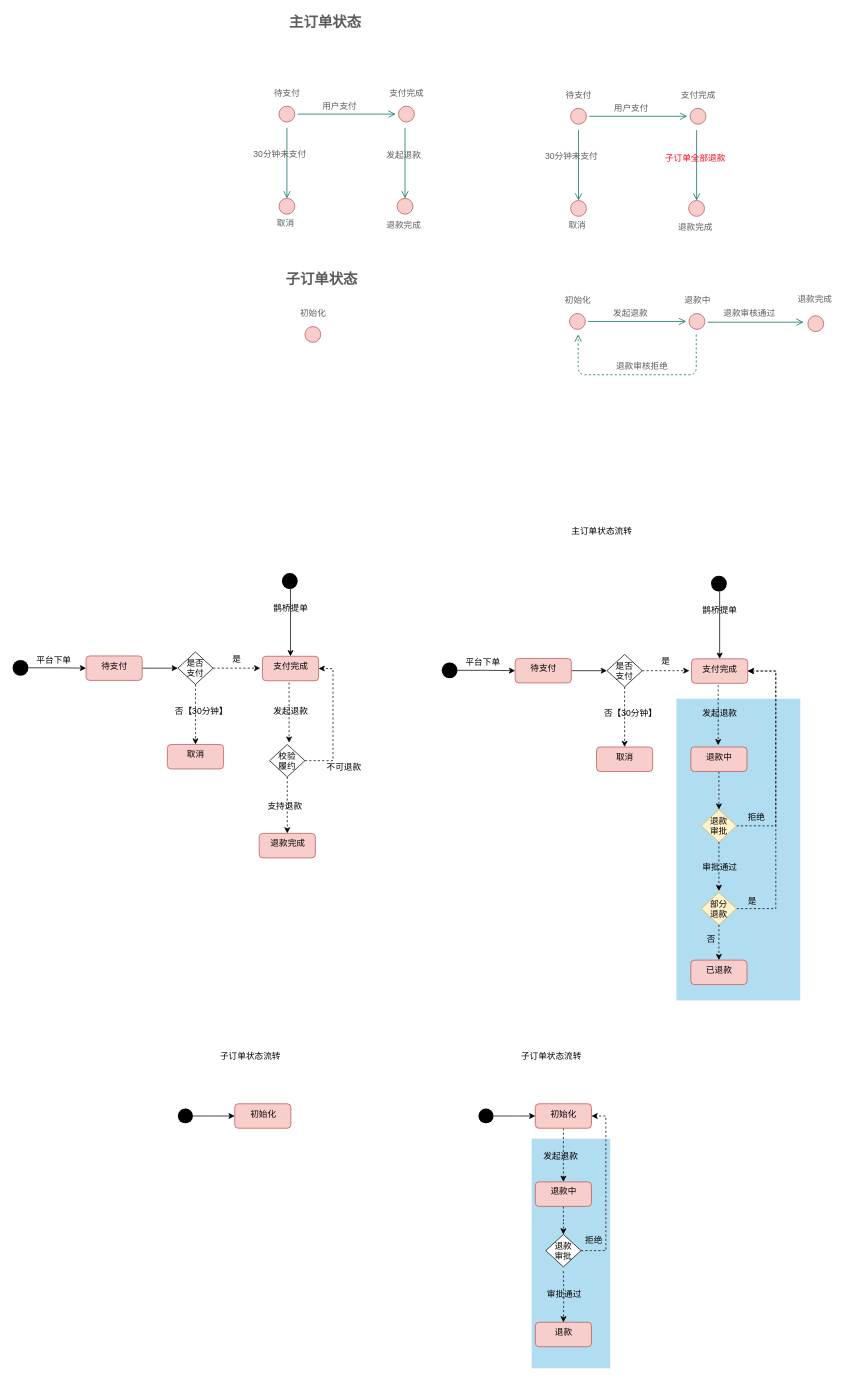
Before: order-refund.drawio in zhaoershuang/flow-chart, a draw.io diagram. Source tidied: cells renumbered, new cells numbered last; positions are measured from the earlier drawing's top-left corner, leaving out a move shared by most shapes. Both pictures are drawn from the tidied source at 72%, with x=0, y=0 at pixel (12, 13).
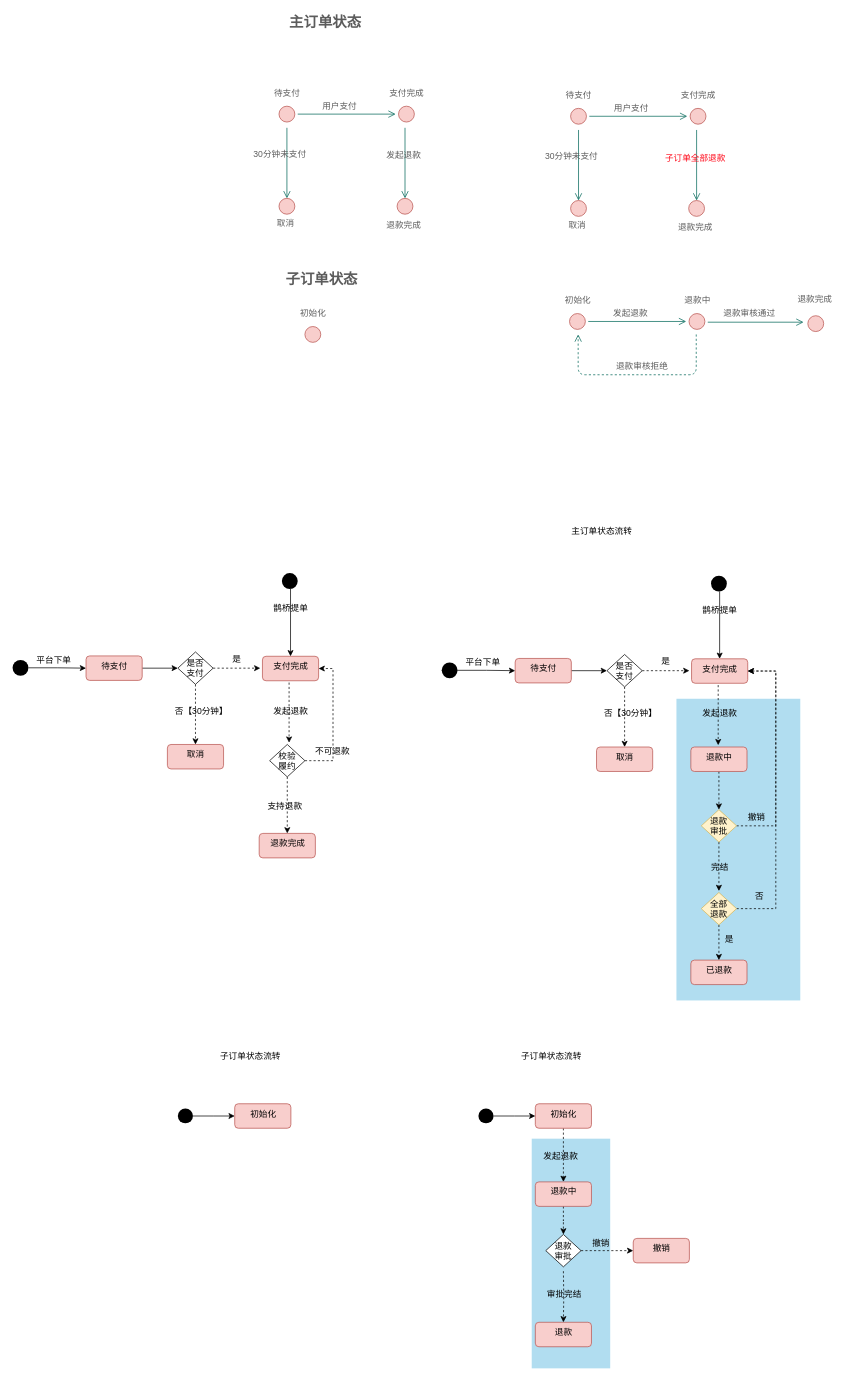
After the change.

The change refers to these unchanged cells:
```xml
<mxCell id="62" value="初始化" style="html=1;align=center;verticalAlign=top;rounded=1;absoluteArcSize=1;arcSize=10;fillColor=#f8cecc;strokeColor=#b85450;" parent="1" vertex="1">
  <mxGeometry x="726" y="1514.5" width="78" height="34" as="geometry" />
</mxCell>
<mxCell id="89" value="退款&#10;审批" style="rhombus;strokeColor=#000000;" parent="1" vertex="1">
  <mxGeometry x="740.5" y="1696" width="49" height="45" as="geometry" />
</mxCell>
```

Diff of the diagram source:
```diff
@@
-    <mxCell id="73" value="退款&#10;审批" style="rhombus;strokeColor=#d6b656;fillColor=#fff2cc;" parent="1" vertex="1">
+    <mxCell id="73" value="退款&#10;审批" style="rhombus;fillColor=#fff2cc;strokeColor=#d6b656;" parent="1" vertex="1">
       <mxGeometry x="956.5" y="1106" width="49" height="45" as="geometry" />
     </mxCell>
@@
-    <mxCell id="75" value="审批通过" style="text;html=1;align=center;verticalAlign=middle;" parent="1" vertex="1">
-      <mxGeometry x="953" y="1178" width="58" height="18" as="geometry" />
+    <mxCell id="75" value="完结" style="text;html=1;align=center;verticalAlign=middle;" parent="1" vertex="1">
+      <mxGeometry x="965" y="1178" width="34" height="18" as="geometry" />
     </mxCell>
@@
-    <mxCell id="78" value="部分&#10;退款" style="rhombus;strokeColor=#d6b656;fillColor=#fff2cc;" parent="1" vertex="1">
+    <mxCell id="78" value="全部&#10;退款" style="rhombus;strokeColor=#d6b656;fillColor=#fff2cc;" parent="1" vertex="1">
       <mxGeometry x="956.5" y="1221" width="49" height="45" as="geometry" />
     </mxCell>
     <mxCell id="79" value="否" style="text;html=1;align=center;verticalAlign=middle;" parent="1" vertex="1">
-      <mxGeometry x="959" y="1277" width="22" height="18" as="geometry" />
+      <mxGeometry x="1026" y="1218" width="22" height="18" as="geometry" />
     </mxCell>
     <mxCell id="80" value="是" style="text;html=1;align=center;verticalAlign=middle;" parent="1" vertex="1">
-      <mxGeometry x="1016" y="1224" width="22" height="18" as="geometry" />
+      <mxGeometry x="983.5" y="1277" width="22" height="18" as="geometry" />
     </mxCell>
-    <mxCell id="81" value="拒绝" style="text;html=1;align=center;verticalAlign=middle;" parent="1" vertex="1">
+    <mxCell id="81" value="撤销" style="text;html=1;align=center;verticalAlign=middle;" parent="1" vertex="1">
       <mxGeometry x="1016" y="1108" width="34" height="18" as="geometry" />
     </mxCell>
@@
-    <mxCell id="88" style="edgeStyle=orthogonalEdgeStyle;rounded=0;jettySize=auto;html=1;dashed=1;entryX=1;entryY=0.5;entryDx=0;entryDy=0;" parent="1" edge="1" source="89" target="62">
+    <mxCell id="88" style="edgeStyle=orthogonalEdgeStyle;rounded=0;jettySize=auto;html=1;dashed=1;" parent="1" edge="1" source="89" target="120">
       <mxGeometry relative="1" as="geometry">
         <Array as="points">
-          <mxPoint x="824" y="1719" />
-          <mxPoint x="824" y="1532" />
+          <mxPoint x="863" y="1719" />
+          <mxPoint x="863" y="1719" />
         </Array>
       </mxGeometry>
     </mxCell>
@@
-    <mxCell id="90" value="拒绝" style="text;html=1;align=center;verticalAlign=middle;" parent="1" vertex="1">
-      <mxGeometry x="790" y="1696" width="34" height="18" as="geometry" />
+    <mxCell id="90" value="撤销" style="text;html=1;align=center;verticalAlign=middle;" parent="1" vertex="1">
+      <mxGeometry x="799.5" y="1699" width="34" height="18" as="geometry" />
     </mxCell>
-    <mxCell id="91" value="审批通过" style="text;html=1;align=center;verticalAlign=middle;" parent="1" vertex="1">
+    <mxCell id="91" value="审批完结" style="text;html=1;align=center;verticalAlign=middle;" parent="1" vertex="1">
       <mxGeometry x="736.5" y="1771" width="58" height="18" as="geometry" />
     </mxCell>
@@
     <mxCell id="115" value="不可退款" style="text;html=1;align=center;verticalAlign=middle;" parent="1" vertex="1">
-      <mxGeometry x="431" y="1039" width="58" height="18" as="geometry" />
+      <mxGeometry x="415" y="1015.5" width="58" height="18" as="geometry" />
     </mxCell>
@@
+    <mxCell id="120" value="撤销" style="html=1;align=center;verticalAlign=top;rounded=1;absoluteArcSize=1;arcSize=10;fillColor=#f8cecc;strokeColor=#b85450;" parent="1" vertex="1">
+      <mxGeometry x="862" y="1701.5" width="78" height="34" as="geometry" />
+    </mxCell>
```
